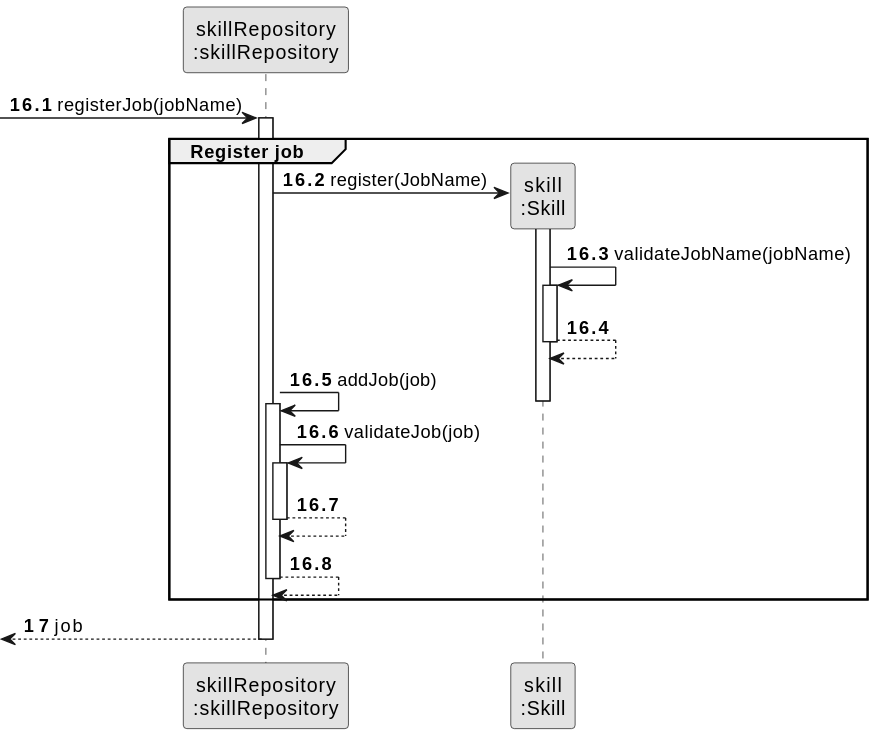
Before: docs/sprintB/us002/03.design/svg/us002-sequence-diagram-partial-register-job.svg, a diagram exported from PlantUML (SAEmanuel/Green_Spaces_Management_ISEP). Its diagram source:
```plantuml
@startuml
skinparam monochrome true
skinparam packageStyle rectangle
skinparam shadowing false

participant "skillRepository\n:skillRepository" as ORG
participant "skill\n:Skill" as EMPREGO

autonumber 16

autonumber 16.1

        -> ORG: registerJob(jobName)
            activate ORG
            group Register job
        ORG -> EMPREGO** : register(JobName)

        activate EMPREGO
            EMPREGO -> EMPREGO : validateJobName(jobName)
            activate EMPREGO

                EMPREGO --> EMPREGO

            deactivate EMPREGO

            ORG -> ORG: addJob(job)
        deactivate EMPREGO

        activate ORG
            ORG -> ORG: validateJob(job)
            activate ORG
                ORG --> ORG
            deactivate ORG

            ORG --> ORG
        deactivate ORG
    end

    autonumber 17
    <-- ORG : job
deactivate ORG
@enduml
```
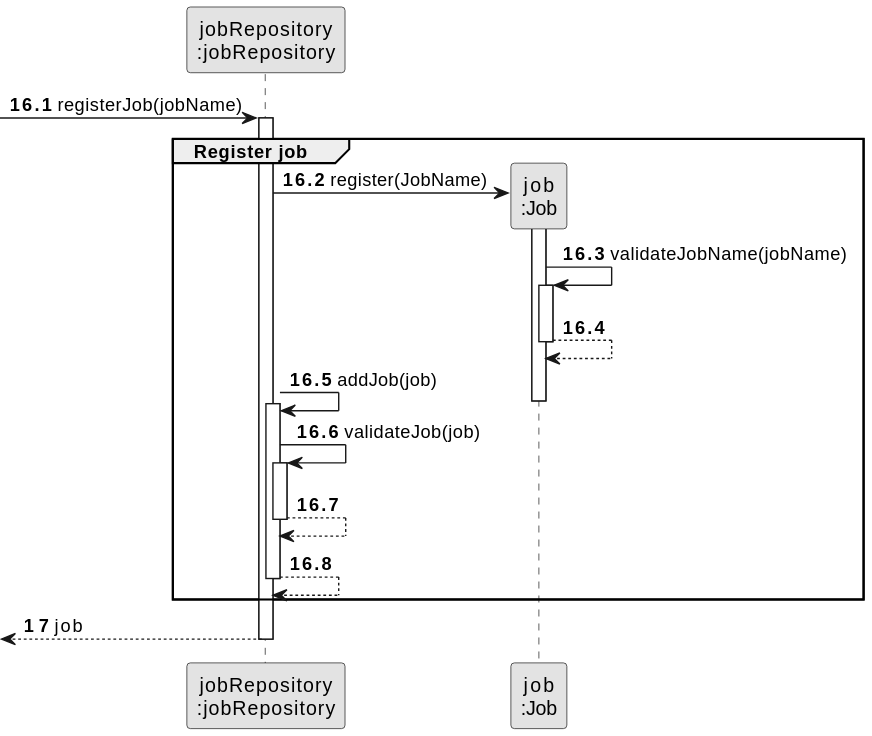
Later version of the same file.

Change to the diagram source:
```diff
@@ -3,8 +3,8 @@
 skinparam packageStyle rectangle
 skinparam shadowing false
 
-participant "skillRepository\n:skillRepository" as ORG
-participant "skill\n:Skill" as EMPREGO
+participant "jobRepository\n:jobRepository" as ORG
+participant "job\n:Job" as EMPREGO
 
 autonumber 16
 
```
